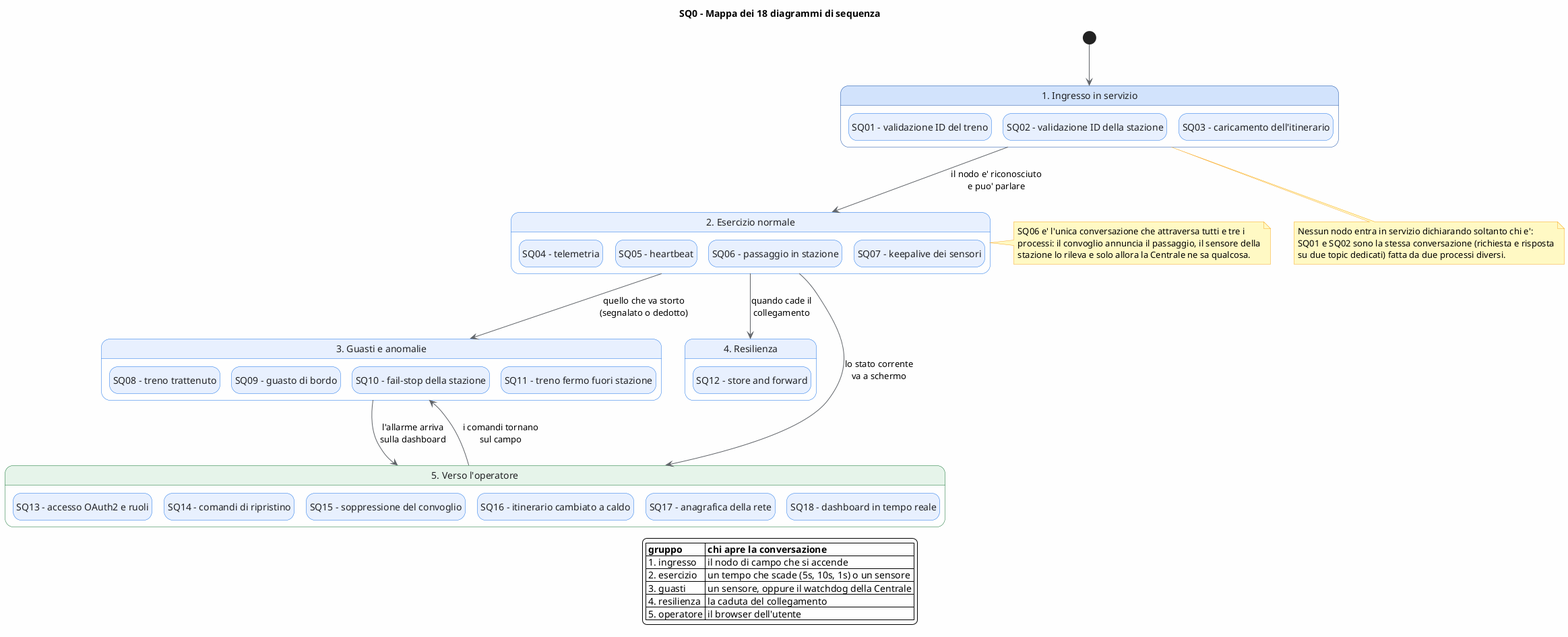
mar-robba/PISSIR keeps this PlantUML diagram as doc/documentazioneFinale/immaginiDocumentazioneDelSistemaMonitoraggioEGestioneDelTrafficoFerroviario/sq_00_mappa.png. Above is the earlier version. Its diagram source:
```plantuml
@startuml SQ0 - Mappa dei diagrammi di sequenza

skinparam backgroundColor #FEFEFE
skinparam state {
    BackgroundColor #E8F0FE
    BorderColor #1A73E8
    FontColor #202124
    ArrowColor #5F6368
    StartColor #34A853
}
skinparam state<<ingresso>> {
    BackgroundColor #D2E3FC
    BorderColor #174EA6
}
skinparam state<<operatore>> {
    BackgroundColor #E6F4EA
    BorderColor #137333
}
skinparam note {
    BackgroundColor #FFF9C4
    BorderColor #F9A825
}
hide empty description

title SQ0 - Mappa dei 18 diagrammi di sequenza

[*] --> Ingresso

state "1. Ingresso in servizio" as Ingresso <<ingresso>> {
    state "SQ01 - validazione ID del treno" as SQ01
    state "SQ02 - validazione ID della stazione" as SQ02
    state "SQ03 - caricamento dell'itinerario" as SQ03
}

state "2. Esercizio normale" as Esercizio {
    state "SQ04 - telemetria" as SQ04
    state "SQ05 - heartbeat" as SQ05
    state "SQ06 - passaggio in stazione" as SQ06
    state "SQ07 - keepalive dei sensori" as SQ07
}

state "3. Guasti e anomalie" as Guasti {
    state "SQ08 - treno trattenuto" as SQ08
    state "SQ09 - guasto di bordo" as SQ09
    state "SQ10 - fail-stop della stazione" as SQ10
    state "SQ11 - treno fermo fuori stazione" as SQ11
}

state "4. Resilienza" as Resilienza {
    state "SQ12 - store and forward" as SQ12
}

state "5. Verso l'operatore" as Operatore <<operatore>> {
    state "SQ13 - accesso OAuth2 e ruoli" as SQ13
    state "SQ14 - comandi di ripristino" as SQ14
    state "SQ15 - soppressione del convoglio" as SQ15
    state "SQ16 - itinerario cambiato a caldo" as SQ16
    state "SQ17 - anagrafica della rete" as SQ17
    state "SQ18 - dashboard in tempo reale" as SQ18
}

Ingresso --> Esercizio : il nodo e' riconosciuto\ne puo' parlare
Esercizio --> Guasti : quello che va storto\n(segnalato o dedotto)
Esercizio --> Resilienza : quando cade il\ncollegamento
Guasti --> Operatore : l'allarme arriva\nsulla dashboard
Operatore --> Guasti : i comandi tornano\nsul campo
Esercizio --> Operatore : lo stato corrente\nva a schermo

note bottom of Ingresso
  Nessun nodo entra in servizio dichiarando soltanto chi e':
  SQ01 e SQ02 sono la stessa conversazione (richiesta e risposta
  su due topic dedicati) fatta da due processi diversi.
end note

note right of Esercizio
  SQ06 e' l'unica conversazione che attraversa tutti e tre i
  processi: il convoglio annuncia il passaggio, il sensore della
  stazione lo rileva e solo allora la Centrale ne sa qualcosa.
end note

legend bottom
  |= gruppo |= chi apre la conversazione |
  | 1. ingresso | il nodo di campo che si accende |
  | 2. esercizio | un tempo che scade (5s, 10s, 1s) o un sensore |
  | 3. guasti | un sensore, oppure il watchdog della Centrale |
  | 4. resilienza | la caduta del collegamento |
  | 5. operatore | il browser dell'utente |
end legend

@enduml
```
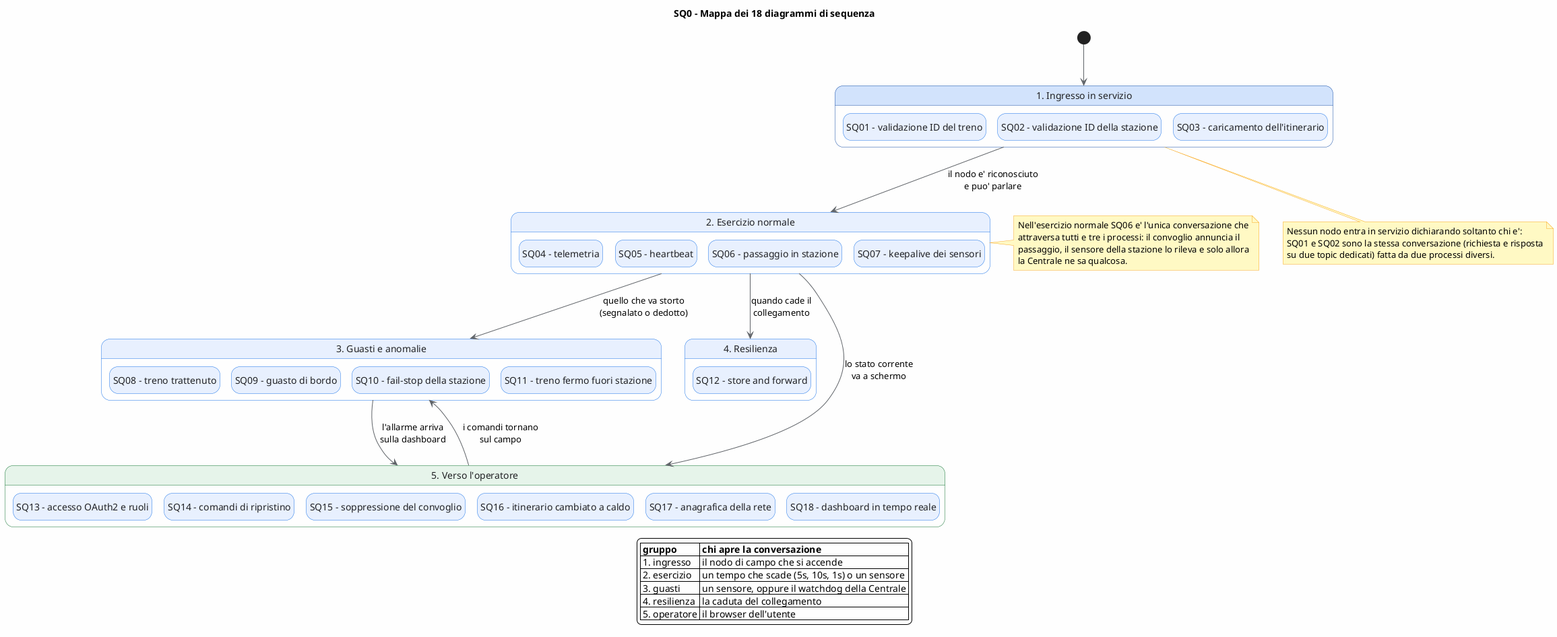
Above is the later version.

The edit, as a diff of the source:
```diff
@@ -73,9 +73,10 @@
 end note
 
 note right of Esercizio
-  SQ06 e' l'unica conversazione che attraversa tutti e tre i
-  processi: il convoglio annuncia il passaggio, il sensore della
-  stazione lo rileva e solo allora la Centrale ne sa qualcosa.
+  Nell'esercizio normale SQ06 e' l'unica conversazione che
+  attraversa tutti e tre i processi: il convoglio annuncia il
+  passaggio, il sensore della stazione lo rileva e solo allora
+  la Centrale ne sa qualcosa.
 end note
 
 legend bottom
```
